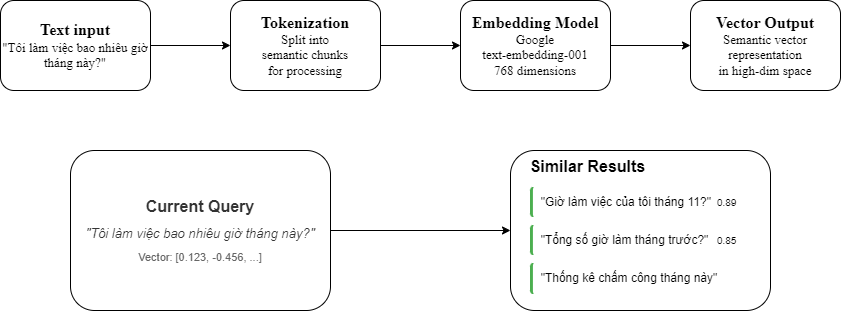
Before: src/assets/images/Embeding.png, a diagram exported from draw.io (minhduoc611/TruongMinhDuoc). Source tidied: cells renumbered, new cells last; positions are measured from the earlier drawing's top-left corner, leaving out a move shared by most shapes. Its diagram source:
```xml
<mxGraphModel>
  <root>
    <mxCell id="0" />
    <mxCell id="1" parent="0" />
    <mxCell id="2" style="edgeStyle=orthogonalEdgeStyle;rounded=0;jettySize=auto;html=1;fontFamily=Times New Roman;fontColor=default;fontSize=13;" parent="1" edge="1" source="3" target="5">
      <mxGeometry relative="1" as="geometry" />
    </mxCell>
    <mxCell id="3" value="&lt;b style=&quot;&quot;&gt;&lt;font style=&quot;font-size: 16px;&quot;&gt;Text input&lt;/font&gt;&lt;/b&gt;&lt;div style=&quot;font-size: 13px;&quot;&gt;&lt;font style=&quot;font-size: 13px;&quot;&gt;&quot;Tôi làm việc bao nhiêu giờ tháng này?&quot;&lt;/font&gt;&lt;/div&gt;" style="rounded=1;whiteSpace=wrap;html=1;fontFamily=Times New Roman;fontColor=default;fontSize=13;" parent="1" vertex="1">
      <mxGeometry width="150" height="90" as="geometry" />
    </mxCell>
    <mxCell id="4" style="edgeStyle=orthogonalEdgeStyle;rounded=0;jettySize=auto;html=1;fontFamily=Times New Roman;fontColor=default;fontSize=13;" parent="1" edge="1" source="5" target="7">
      <mxGeometry relative="1" as="geometry" />
    </mxCell>
    <mxCell id="5" value="&lt;span style=&quot;font-weight: 700; background-color: rgb(255, 255, 255);&quot;&gt;&lt;font style=&quot;font-size: 16px;&quot;&gt;Tokenization&lt;/font&gt;&lt;/span&gt;&lt;br style=&quot;font-size: 13px;&quot;&gt;&lt;div style=&quot;font-size: 13px;&quot;&gt;&lt;span style=&quot;background-color: rgb(255, 255, 255); font-size: 13px;&quot;&gt;Split into&lt;/span&gt;&lt;br style=&quot;background-color: rgb(255, 255, 255); font-size: 13px;&quot;&gt;&lt;span style=&quot;background-color: rgb(255, 255, 255); font-size: 13px;&quot;&gt;semantic chunks&lt;/span&gt;&lt;br style=&quot;background-color: rgb(255, 255, 255); font-size: 13px;&quot;&gt;&lt;span style=&quot;background-color: rgb(255, 255, 255); font-size: 13px;&quot;&gt;for processing&lt;/span&gt;&lt;br style=&quot;font-size: 13px;&quot;&gt;&lt;/div&gt;" style="rounded=1;whiteSpace=wrap;html=1;fontFamily=Times New Roman;fontColor=default;fontSize=13;" parent="1" vertex="1">
      <mxGeometry x="230" width="150" height="90" as="geometry" />
    </mxCell>
    <mxCell id="6" style="edgeStyle=orthogonalEdgeStyle;rounded=0;jettySize=auto;html=1;fontFamily=Times New Roman;fontColor=default;fontSize=13;" parent="1" edge="1" source="7" target="8">
      <mxGeometry relative="1" as="geometry" />
    </mxCell>
    <mxCell id="7" value="&lt;span style=&quot;font-weight: 700;&quot;&gt;&lt;font style=&quot;font-size: 16px;&quot;&gt;Embedding Model&lt;/font&gt;&lt;/span&gt;&lt;div style=&quot;font-size: 13px;&quot;&gt;&lt;span style=&quot;background-color: rgb(255, 255, 255); font-size: 13px;&quot;&gt;Google&lt;/span&gt;&lt;br style=&quot;background-color: rgb(255, 255, 255); font-size: 13px;&quot;&gt;&lt;span style=&quot;background-color: rgb(255, 255, 255); font-size: 13px;&quot;&gt;text-embedding-001&lt;/span&gt;&lt;br style=&quot;background-color: rgb(255, 255, 255); font-size: 13px;&quot;&gt;&lt;span style=&quot;background-color: rgb(255, 255, 255); font-size: 13px;&quot;&gt;768 dimensions&lt;/span&gt;&lt;br style=&quot;text-align: left; font-size: 13px;&quot;&gt;&lt;/div&gt;" style="rounded=1;whiteSpace=wrap;html=1;fontFamily=Times New Roman;fontColor=default;fontSize=13;" parent="1" vertex="1">
      <mxGeometry x="460" width="150" height="90" as="geometry" />
    </mxCell>
    <mxCell id="8" value="&lt;div style=&quot;&quot;&gt;&lt;span style=&quot;font-weight: 700; background-color: rgb(255, 255, 255);&quot;&gt;&lt;font style=&quot;font-size: 16px;&quot;&gt;Vector Output&lt;/font&gt;&lt;/span&gt;&lt;br style=&quot;text-align: left; font-size: 13px;&quot;&gt;&lt;/div&gt;&lt;div style=&quot;font-size: 13px;&quot;&gt;&lt;span style=&quot;background-color: rgb(255, 255, 255); font-size: 13px;&quot;&gt;Semantic vector&lt;/span&gt;&lt;br style=&quot;background-color: rgb(255, 255, 255); font-size: 13px;&quot;&gt;&lt;span style=&quot;background-color: rgb(255, 255, 255); font-size: 13px;&quot;&gt;representation&lt;/span&gt;&lt;br style=&quot;background-color: rgb(255, 255, 255); font-size: 13px;&quot;&gt;&lt;span style=&quot;background-color: rgb(255, 255, 255); font-size: 13px;&quot;&gt;in high-dim space&lt;/span&gt;&lt;span style=&quot;font-size: 13px; font-weight: 700; background-color: rgb(255, 255, 255);&quot;&gt;&lt;br style=&quot;font-size: 13px;&quot;&gt;&lt;/span&gt;&lt;/div&gt;" style="rounded=1;whiteSpace=wrap;html=1;fontFamily=Times New Roman;fontColor=default;fontSize=13;" parent="1" vertex="1">
      <mxGeometry x="690" width="150" height="90" as="geometry" />
    </mxCell>
    <mxCell id="9" style="edgeStyle=orthogonalEdgeStyle;rounded=0;jettySize=auto;html=1;" parent="1" edge="1" source="10" target="11">
      <mxGeometry relative="1" as="geometry" />
    </mxCell>
    <mxCell id="10" value="&lt;h4 style=&quot;color: rgb(51, 51, 51); font-family: Arial, sans-serif; font-size: medium; margin: 0px 0px 10px;&quot;&gt;Current Query&lt;/h4&gt;&lt;div style=&quot;color: rgb(51, 51, 51); font-family: Arial, sans-serif; font-size: 13px; font-style: italic;&quot;&gt;&quot;Tôi làm việc bao nhiêu giờ tháng này?&quot;&lt;/div&gt;&lt;div style=&quot;font-family: Arial, sans-serif; margin-top: 10px; font-size: 11px; color: rgb(102, 102, 102);&quot;&gt;Vector: [0.123, -0.456, ...]&lt;/div&gt;" style="rounded=1;whiteSpace=wrap;html=1;" parent="1" vertex="1">
      <mxGeometry x="70" y="150" width="260" height="160" as="geometry" />
    </mxCell>
    <mxCell id="11" value="&lt;h4 style=&quot;font-family: Arial, sans-serif; font-size: medium; text-align: start; margin: 0px 0px 10px;&quot;&gt;&lt;span style=&quot;background-color: rgb(255, 255, 255);&quot;&gt;Similar Results&lt;/span&gt;&lt;/h4&gt;&lt;h4 style=&quot;font-family: Arial, sans-serif; font-size: medium; margin: 0px 0px 10px;&quot;&gt;&lt;div style=&quot;background-image: initial; background-position: initial; background-size: initial; background-repeat: initial; background-attachment: initial; background-origin: initial; background-clip: initial; margin: 8px 0px; padding: 8px; border-radius: 4px; font-size: 12px; border-left: 3px solid rgb(76, 175, 80); font-weight: 400; text-align: start;&quot; class=&quot;result-item&quot;&gt;&lt;span style=&quot;background-color: rgb(255, 255, 255);&quot;&gt;&quot;Giờ làm việc của tôi tháng 11?&quot;&lt;/span&gt;&lt;span style=&quot;float: right; background-image: initial; background-position: initial; background-size: initial; background-repeat: initial; background-attachment: initial; background-origin: initial; background-clip: initial; padding: 2px 6px; border-radius: 10px; font-size: 10px;&quot; class=&quot;confidence-score&quot;&gt;&lt;span style=&quot;background-color: rgb(255, 255, 255);&quot;&gt;0.89&lt;/span&gt;&lt;/span&gt;&lt;/div&gt;&lt;div style=&quot;background-image: initial; background-position: initial; background-size: initial; background-repeat: initial; background-attachment: initial; background-origin: initial; background-clip: initial; margin: 8px 0px; padding: 8px; border-radius: 4px; font-size: 12px; border-left: 3px solid rgb(76, 175, 80); font-weight: 400; text-align: start;&quot; class=&quot;result-item&quot;&gt;&lt;span style=&quot;background-color: rgb(255, 255, 255);&quot;&gt;&quot;Tổng số giờ làm tháng trước?&quot;&lt;/span&gt;&lt;span style=&quot;float: right; background-image: initial; background-position: initial; background-size: initial; background-repeat: initial; background-attachment: initial; background-origin: initial; background-clip: initial; padding: 2px 6px; border-radius: 10px; font-size: 10px;&quot; class=&quot;confidence-score&quot;&gt;&lt;span style=&quot;background-color: rgb(255, 255, 255);&quot;&gt;0.85&lt;/span&gt;&lt;/span&gt;&lt;/div&gt;&lt;div style=&quot;background-image: initial; background-position: initial; background-size: initial; background-repeat: initial; background-attachment: initial; background-origin: initial; background-clip: initial; margin: 8px 0px; padding: 8px; border-radius: 4px; font-size: 12px; border-left: 3px solid rgb(76, 175, 80); font-weight: 400; text-align: start;&quot; class=&quot;result-item&quot;&gt;&lt;span style=&quot;background-color: rgb(255, 255, 255);&quot;&gt;&quot;Thống kê chấm công tháng này&quot;&lt;/span&gt;&lt;/div&gt;&lt;/h4&gt;" style="rounded=1;whiteSpace=wrap;html=1;" parent="1" vertex="1">
      <mxGeometry x="510" y="150" width="260" height="160" as="geometry" />
    </mxCell>
  </root>
</mxGraphModel>
```
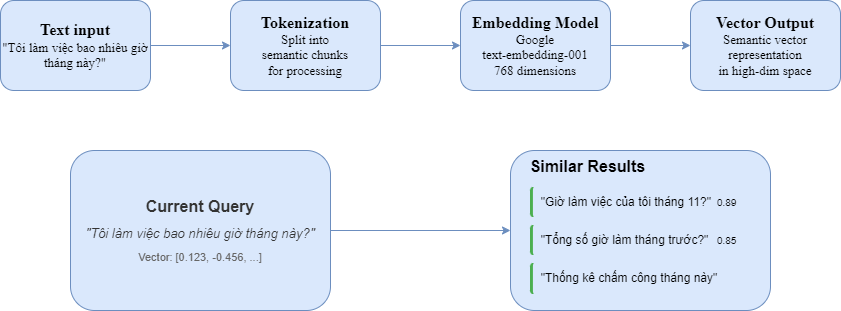
After the change.

The edit, as a diff of the source:
```diff
@@ -2,34 +2,34 @@
   <root>
     <mxCell id="0" />
     <mxCell id="1" parent="0" />
-    <mxCell id="2" style="edgeStyle=orthogonalEdgeStyle;rounded=0;jettySize=auto;html=1;fontFamily=Times New Roman;fontColor=default;fontSize=13;" parent="1" edge="1" source="3" target="5">
+    <mxCell id="2" style="edgeStyle=orthogonalEdgeStyle;rounded=0;jettySize=auto;html=1;fontFamily=Times New Roman;fontColor=default;fontSize=13;fillColor=#dae8fc;strokeColor=#6c8ebf;" parent="1" edge="1" source="3" target="5">
       <mxGeometry relative="1" as="geometry" />
     </mxCell>
-    <mxCell id="3" value="&lt;b style=&quot;&quot;&gt;&lt;font style=&quot;font-size: 16px;&quot;&gt;Text input&lt;/font&gt;&lt;/b&gt;&lt;div style=&quot;font-size: 13px;&quot;&gt;&lt;font style=&quot;font-size: 13px;&quot;&gt;&quot;Tôi làm việc bao nhiêu giờ tháng này?&quot;&lt;/font&gt;&lt;/div&gt;" style="rounded=1;whiteSpace=wrap;html=1;fontFamily=Times New Roman;fontColor=default;fontSize=13;" parent="1" vertex="1">
+    <mxCell id="3" value="&lt;b style=&quot;&quot;&gt;&lt;font style=&quot;font-size: 16px;&quot;&gt;Text input&lt;/font&gt;&lt;/b&gt;&lt;div style=&quot;font-size: 13px;&quot;&gt;&lt;font style=&quot;font-size: 13px;&quot;&gt;&quot;Tôi làm việc bao nhiêu giờ tháng này?&quot;&lt;/font&gt;&lt;/div&gt;" style="rounded=1;whiteSpace=wrap;html=1;fontFamily=Times New Roman;fontSize=13;fillColor=#dae8fc;strokeColor=#6c8ebf;" parent="1" vertex="1">
       <mxGeometry width="150" height="90" as="geometry" />
     </mxCell>
-    <mxCell id="4" style="edgeStyle=orthogonalEdgeStyle;rounded=0;jettySize=auto;html=1;fontFamily=Times New Roman;fontColor=default;fontSize=13;" parent="1" edge="1" source="5" target="7">
+    <mxCell id="4" style="edgeStyle=orthogonalEdgeStyle;rounded=0;jettySize=auto;html=1;fontFamily=Times New Roman;fontColor=default;fontSize=13;fillColor=#dae8fc;strokeColor=#6c8ebf;" parent="1" edge="1" source="5" target="7">
       <mxGeometry relative="1" as="geometry" />
     </mxCell>
-    <mxCell id="5" value="&lt;span style=&quot;font-weight: 700; background-color: rgb(255, 255, 255);&quot;&gt;&lt;font style=&quot;font-size: 16px;&quot;&gt;Tokenization&lt;/font&gt;&lt;/span&gt;&lt;br style=&quot;font-size: 13px;&quot;&gt;&lt;div style=&quot;font-size: 13px;&quot;&gt;&lt;span style=&quot;background-color: rgb(255, 255, 255); font-size: 13px;&quot;&gt;Split into&lt;/span&gt;&lt;br style=&quot;background-color: rgb(255, 255, 255); font-size: 13px;&quot;&gt;&lt;span style=&quot;background-color: rgb(255, 255, 255); font-size: 13px;&quot;&gt;semantic chunks&lt;/span&gt;&lt;br style=&quot;background-color: rgb(255, 255, 255); font-size: 13px;&quot;&gt;&lt;span style=&quot;background-color: rgb(255, 255, 255); font-size: 13px;&quot;&gt;for processing&lt;/span&gt;&lt;br style=&quot;font-size: 13px;&quot;&gt;&lt;/div&gt;" style="rounded=1;whiteSpace=wrap;html=1;fontFamily=Times New Roman;fontColor=default;fontSize=13;" parent="1" vertex="1">
+    <mxCell id="5" value="&lt;span style=&quot;font-weight: 700;&quot;&gt;&lt;font style=&quot;font-size: 16px;&quot;&gt;Tokenization&lt;/font&gt;&lt;/span&gt;&lt;br style=&quot;font-size: 13px;&quot;&gt;&lt;div style=&quot;font-size: 13px;&quot;&gt;&lt;span style=&quot;font-size: 13px;&quot;&gt;Split into&lt;/span&gt;&lt;br style=&quot;font-size: 13px;&quot;&gt;&lt;span style=&quot;font-size: 13px;&quot;&gt;semantic chunks&lt;/span&gt;&lt;br style=&quot;font-size: 13px;&quot;&gt;&lt;span style=&quot;font-size: 13px;&quot;&gt;for processing&lt;/span&gt;&lt;br style=&quot;font-size: 13px;&quot;&gt;&lt;/div&gt;" style="rounded=1;whiteSpace=wrap;html=1;fontFamily=Times New Roman;fontSize=13;fillColor=#dae8fc;strokeColor=#6c8ebf;" parent="1" vertex="1">
       <mxGeometry x="230" width="150" height="90" as="geometry" />
     </mxCell>
-    <mxCell id="6" style="edgeStyle=orthogonalEdgeStyle;rounded=0;jettySize=auto;html=1;fontFamily=Times New Roman;fontColor=default;fontSize=13;" parent="1" edge="1" source="7" target="8">
+    <mxCell id="6" style="edgeStyle=orthogonalEdgeStyle;rounded=0;jettySize=auto;html=1;fontFamily=Times New Roman;fontColor=default;fontSize=13;fillColor=#dae8fc;strokeColor=#6c8ebf;" parent="1" edge="1" source="7" target="8">
       <mxGeometry relative="1" as="geometry" />
     </mxCell>
-    <mxCell id="7" value="&lt;span style=&quot;font-weight: 700;&quot;&gt;&lt;font style=&quot;font-size: 16px;&quot;&gt;Embedding Model&lt;/font&gt;&lt;/span&gt;&lt;div style=&quot;font-size: 13px;&quot;&gt;&lt;span style=&quot;background-color: rgb(255, 255, 255); font-size: 13px;&quot;&gt;Google&lt;/span&gt;&lt;br style=&quot;background-color: rgb(255, 255, 255); font-size: 13px;&quot;&gt;&lt;span style=&quot;background-color: rgb(255, 255, 255); font-size: 13px;&quot;&gt;text-embedding-001&lt;/span&gt;&lt;br style=&quot;background-color: rgb(255, 255, 255); font-size: 13px;&quot;&gt;&lt;span style=&quot;background-color: rgb(255, 255, 255); font-size: 13px;&quot;&gt;768 dimensions&lt;/span&gt;&lt;br style=&quot;text-align: left; font-size: 13px;&quot;&gt;&lt;/div&gt;" style="rounded=1;whiteSpace=wrap;html=1;fontFamily=Times New Roman;fontColor=default;fontSize=13;" parent="1" vertex="1">
+    <mxCell id="7" value="&lt;span style=&quot;font-weight: 700;&quot;&gt;&lt;font style=&quot;font-size: 16px;&quot;&gt;Embedding Model&lt;/font&gt;&lt;/span&gt;&lt;div style=&quot;font-size: 13px;&quot;&gt;&lt;span style=&quot;font-size: 13px;&quot;&gt;Google&lt;/span&gt;&lt;br style=&quot;font-size: 13px;&quot;&gt;&lt;span style=&quot;font-size: 13px;&quot;&gt;text-embedding-001&lt;/span&gt;&lt;br style=&quot;font-size: 13px;&quot;&gt;&lt;span style=&quot;font-size: 13px;&quot;&gt;768 dimensions&lt;/span&gt;&lt;br style=&quot;text-align: left; font-size: 13px;&quot;&gt;&lt;/div&gt;" style="rounded=1;whiteSpace=wrap;html=1;fontFamily=Times New Roman;fontSize=13;fillColor=#dae8fc;strokeColor=#6c8ebf;" parent="1" vertex="1">
       <mxGeometry x="460" width="150" height="90" as="geometry" />
     </mxCell>
-    <mxCell id="8" value="&lt;div style=&quot;&quot;&gt;&lt;span style=&quot;font-weight: 700; background-color: rgb(255, 255, 255);&quot;&gt;&lt;font style=&quot;font-size: 16px;&quot;&gt;Vector Output&lt;/font&gt;&lt;/span&gt;&lt;br style=&quot;text-align: left; font-size: 13px;&quot;&gt;&lt;/div&gt;&lt;div style=&quot;font-size: 13px;&quot;&gt;&lt;span style=&quot;background-color: rgb(255, 255, 255); font-size: 13px;&quot;&gt;Semantic vector&lt;/span&gt;&lt;br style=&quot;background-color: rgb(255, 255, 255); font-size: 13px;&quot;&gt;&lt;span style=&quot;background-color: rgb(255, 255, 255); font-size: 13px;&quot;&gt;representation&lt;/span&gt;&lt;br style=&quot;background-color: rgb(255, 255, 255); font-size: 13px;&quot;&gt;&lt;span style=&quot;background-color: rgb(255, 255, 255); font-size: 13px;&quot;&gt;in high-dim space&lt;/span&gt;&lt;span style=&quot;font-size: 13px; font-weight: 700; background-color: rgb(255, 255, 255);&quot;&gt;&lt;br style=&quot;font-size: 13px;&quot;&gt;&lt;/span&gt;&lt;/div&gt;" style="rounded=1;whiteSpace=wrap;html=1;fontFamily=Times New Roman;fontColor=default;fontSize=13;" parent="1" vertex="1">
+    <mxCell id="8" value="&lt;div style=&quot;&quot;&gt;&lt;span style=&quot;font-weight: 700;&quot;&gt;&lt;font style=&quot;font-size: 16px;&quot;&gt;Vector Output&lt;/font&gt;&lt;/span&gt;&lt;br style=&quot;text-align: left; font-size: 13px;&quot;&gt;&lt;/div&gt;&lt;div style=&quot;font-size: 13px;&quot;&gt;&lt;span style=&quot;font-size: 13px;&quot;&gt;Semantic vector&lt;/span&gt;&lt;br style=&quot;font-size: 13px;&quot;&gt;&lt;span style=&quot;font-size: 13px;&quot;&gt;representation&lt;/span&gt;&lt;br style=&quot;font-size: 13px;&quot;&gt;&lt;span style=&quot;font-size: 13px;&quot;&gt;in high-dim space&lt;/span&gt;&lt;span style=&quot;font-size: 13px; font-weight: 700; background-color: rgb(255, 255, 255);&quot;&gt;&lt;br style=&quot;font-size: 13px;&quot;&gt;&lt;/span&gt;&lt;/div&gt;" style="rounded=1;whiteSpace=wrap;html=1;fontFamily=Times New Roman;fontSize=13;fillColor=#dae8fc;strokeColor=#6c8ebf;" parent="1" vertex="1">
       <mxGeometry x="690" width="150" height="90" as="geometry" />
     </mxCell>
-    <mxCell id="9" style="edgeStyle=orthogonalEdgeStyle;rounded=0;jettySize=auto;html=1;" parent="1" edge="1" source="10" target="11">
+    <mxCell id="9" style="edgeStyle=orthogonalEdgeStyle;rounded=0;jettySize=auto;html=1;fillColor=#dae8fc;strokeColor=#6c8ebf;" parent="1" edge="1" source="10" target="11">
       <mxGeometry relative="1" as="geometry" />
     </mxCell>
-    <mxCell id="10" value="&lt;h4 style=&quot;color: rgb(51, 51, 51); font-family: Arial, sans-serif; font-size: medium; margin: 0px 0px 10px;&quot;&gt;Current Query&lt;/h4&gt;&lt;div style=&quot;color: rgb(51, 51, 51); font-family: Arial, sans-serif; font-size: 13px; font-style: italic;&quot;&gt;&quot;Tôi làm việc bao nhiêu giờ tháng này?&quot;&lt;/div&gt;&lt;div style=&quot;font-family: Arial, sans-serif; margin-top: 10px; font-size: 11px; color: rgb(102, 102, 102);&quot;&gt;Vector: [0.123, -0.456, ...]&lt;/div&gt;" style="rounded=1;whiteSpace=wrap;html=1;" parent="1" vertex="1">
+    <mxCell id="10" value="&lt;h4 style=&quot;color: rgb(51, 51, 51); font-family: Arial, sans-serif; font-size: medium; margin: 0px 0px 10px;&quot;&gt;Current Query&lt;/h4&gt;&lt;div style=&quot;color: rgb(51, 51, 51); font-family: Arial, sans-serif; font-size: 13px; font-style: italic;&quot;&gt;&quot;Tôi làm việc bao nhiêu giờ tháng này?&quot;&lt;/div&gt;&lt;div style=&quot;font-family: Arial, sans-serif; margin-top: 10px; font-size: 11px; color: rgb(102, 102, 102);&quot;&gt;Vector: [0.123, -0.456, ...]&lt;/div&gt;" style="rounded=1;whiteSpace=wrap;html=1;fillColor=#dae8fc;strokeColor=#6c8ebf;" parent="1" vertex="1">
       <mxGeometry x="70" y="150" width="260" height="160" as="geometry" />
     </mxCell>
-    <mxCell id="11" value="&lt;h4 style=&quot;font-family: Arial, sans-serif; font-size: medium; text-align: start; margin: 0px 0px 10px;&quot;&gt;&lt;span style=&quot;background-color: rgb(255, 255, 255);&quot;&gt;Similar Results&lt;/span&gt;&lt;/h4&gt;&lt;h4 style=&quot;font-family: Arial, sans-serif; font-size: medium; margin: 0px 0px 10px;&quot;&gt;&lt;div style=&quot;background-image: initial; background-position: initial; background-size: initial; background-repeat: initial; background-attachment: initial; background-origin: initial; background-clip: initial; margin: 8px 0px; padding: 8px; border-radius: 4px; font-size: 12px; border-left: 3px solid rgb(76, 175, 80); font-weight: 400; text-align: start;&quot; class=&quot;result-item&quot;&gt;&lt;span style=&quot;background-color: rgb(255, 255, 255);&quot;&gt;&quot;Giờ làm việc của tôi tháng 11?&quot;&lt;/span&gt;&lt;span style=&quot;float: right; background-image: initial; background-position: initial; background-size: initial; background-repeat: initial; background-attachment: initial; background-origin: initial; background-clip: initial; padding: 2px 6px; border-radius: 10px; font-size: 10px;&quot; class=&quot;confidence-score&quot;&gt;&lt;span style=&quot;background-color: rgb(255, 255, 255);&quot;&gt;0.89&lt;/span&gt;&lt;/span&gt;&lt;/div&gt;&lt;div style=&quot;background-image: initial; background-position: initial; background-size: initial; background-repeat: initial; background-attachment: initial; background-origin: initial; background-clip: initial; margin: 8px 0px; padding: 8px; border-radius: 4px; font-size: 12px; border-left: 3px solid rgb(76, 175, 80); font-weight: 400; text-align: start;&quot; class=&quot;result-item&quot;&gt;&lt;span style=&quot;background-color: rgb(255, 255, 255);&quot;&gt;&quot;Tổng số giờ làm tháng trước?&quot;&lt;/span&gt;&lt;span style=&quot;float: right; background-image: initial; background-position: initial; background-size: initial; background-repeat: initial; background-attachment: initial; background-origin: initial; background-clip: initial; padding: 2px 6px; border-radius: 10px; font-size: 10px;&quot; class=&quot;confidence-score&quot;&gt;&lt;span style=&quot;background-color: rgb(255, 255, 255);&quot;&gt;0.85&lt;/span&gt;&lt;/span&gt;&lt;/div&gt;&lt;div style=&quot;background-image: initial; background-position: initial; background-size: initial; background-repeat: initial; background-attachment: initial; background-origin: initial; background-clip: initial; margin: 8px 0px; padding: 8px; border-radius: 4px; font-size: 12px; border-left: 3px solid rgb(76, 175, 80); font-weight: 400; text-align: start;&quot; class=&quot;result-item&quot;&gt;&lt;span style=&quot;background-color: rgb(255, 255, 255);&quot;&gt;&quot;Thống kê chấm công tháng này&quot;&lt;/span&gt;&lt;/div&gt;&lt;/h4&gt;" style="rounded=1;whiteSpace=wrap;html=1;" parent="1" vertex="1">
+    <mxCell id="11" value="&lt;h4 style=&quot;font-family: Arial, sans-serif; font-size: medium; text-align: start; margin: 0px 0px 10px;&quot;&gt;Similar Results&lt;/h4&gt;&lt;h4 style=&quot;font-family: Arial, sans-serif; font-size: medium; margin: 0px 0px 10px;&quot;&gt;&lt;div style=&quot;background-image: initial; background-position: initial; background-size: initial; background-repeat: initial; background-attachment: initial; background-origin: initial; background-clip: initial; margin: 8px 0px; padding: 8px; border-radius: 4px; font-size: 12px; border-left: 3px solid rgb(76, 175, 80); font-weight: 400; text-align: start;&quot; class=&quot;result-item&quot;&gt;&quot;Giờ làm việc của tôi tháng 11?&quot;&lt;span style=&quot;float: right; background-image: initial; background-position: initial; background-size: initial; background-repeat: initial; background-attachment: initial; background-origin: initial; background-clip: initial; padding: 2px 6px; border-radius: 10px; font-size: 10px;&quot; class=&quot;confidence-score&quot;&gt;0.89&lt;/span&gt;&lt;/div&gt;&lt;div style=&quot;background-image: initial; background-position: initial; background-size: initial; background-repeat: initial; background-attachment: initial; background-origin: initial; background-clip: initial; margin: 8px 0px; padding: 8px; border-radius: 4px; font-size: 12px; border-left: 3px solid rgb(76, 175, 80); font-weight: 400; text-align: start;&quot; class=&quot;result-item&quot;&gt;&quot;Tổng số giờ làm tháng trước?&quot;&lt;span style=&quot;float: right; background-image: initial; background-position: initial; background-size: initial; background-repeat: initial; background-attachment: initial; background-origin: initial; background-clip: initial; padding: 2px 6px; border-radius: 10px; font-size: 10px;&quot; class=&quot;confidence-score&quot;&gt;0.85&lt;/span&gt;&lt;/div&gt;&lt;div style=&quot;background-image: initial; background-position: initial; background-size: initial; background-repeat: initial; background-attachment: initial; background-origin: initial; background-clip: initial; margin: 8px 0px; padding: 8px; border-radius: 4px; font-size: 12px; border-left: 3px solid rgb(76, 175, 80); font-weight: 400; text-align: start;&quot; class=&quot;result-item&quot;&gt;&quot;Thống kê chấm công tháng này&quot;&lt;/div&gt;&lt;/h4&gt;" style="rounded=1;whiteSpace=wrap;html=1;fillColor=#dae8fc;strokeColor=#6c8ebf;" parent="1" vertex="1">
       <mxGeometry x="510" y="150" width="260" height="160" as="geometry" />
     </mxCell>
   </root>
```
